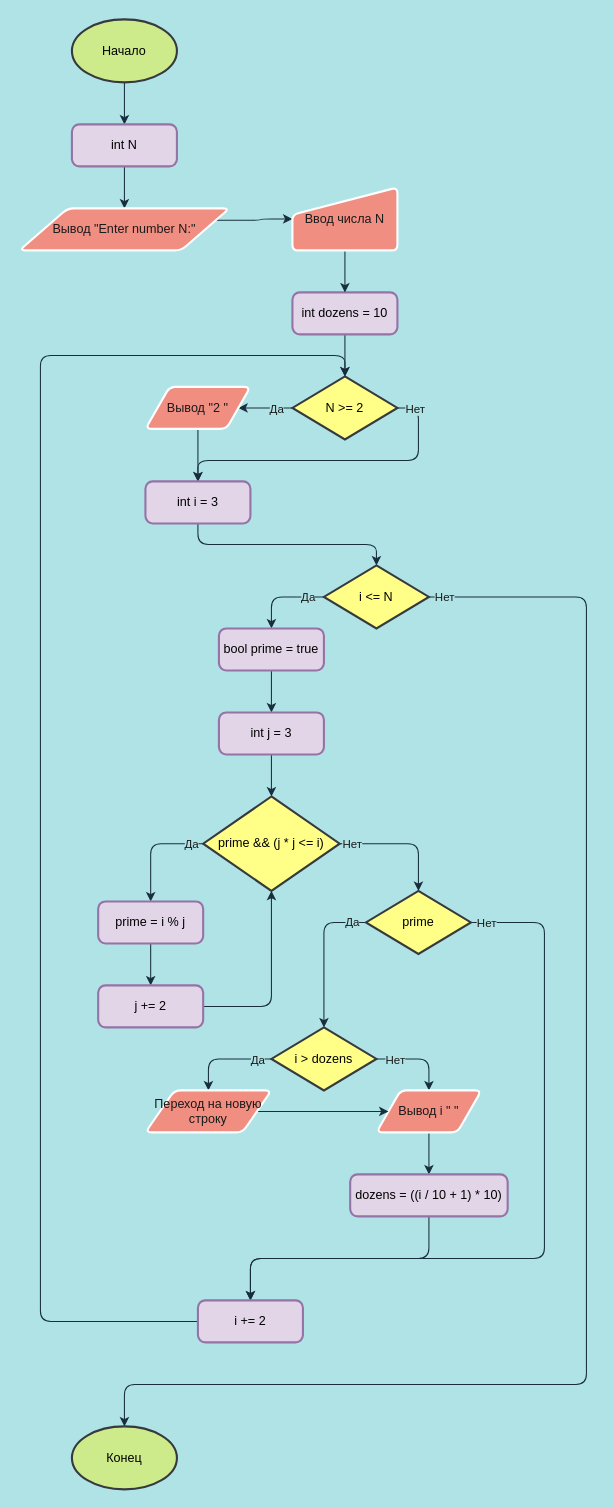
The draw.io diagram page "Лабораторная работа №3" (3 of 3) of flowcharts_for_labs.drawio in MoonFoxy/Programming_labs, before the edit. Source tidied: cells renumbered, new cells numbered last; positions are measured from the earlier drawing's top-left corner, leaving out a move shared by most shapes. Both pictures are drawn from the tidied source at 105%, with x=0, y=0 at pixel (19, 19).
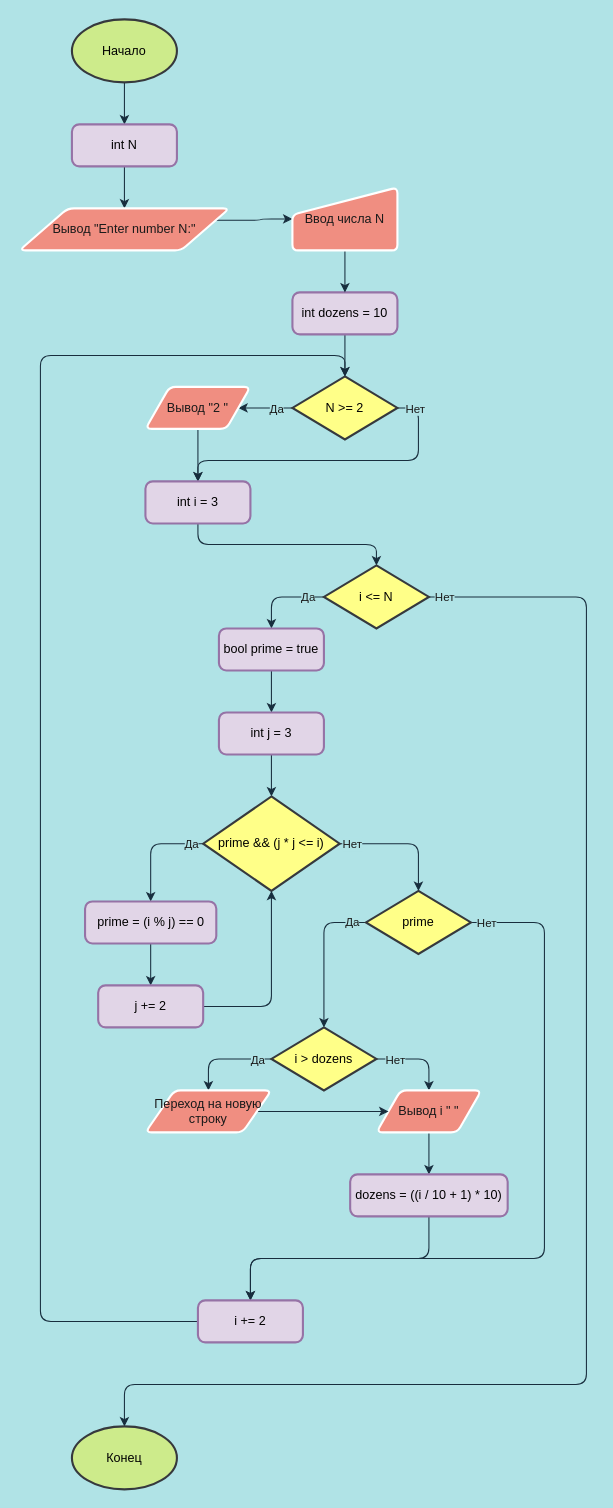
The same page after the edit.

Diff of the diagram source:
```diff
@@
-    <mxCell id="36" value="prime = i % j" style="rounded=1;whiteSpace=wrap;html=1;absoluteArcSize=1;arcSize=14;strokeWidth=2;fillColor=#e1d5e7;strokeColor=#9673a6;" parent="1" vertex="1">
-      <mxGeometry x="75" y="840" width="100" height="40" as="geometry" />
+    <mxCell id="36" value="prime = (i % j) == 0" style="rounded=1;whiteSpace=wrap;html=1;absoluteArcSize=1;arcSize=14;strokeWidth=2;fillColor=#e1d5e7;strokeColor=#9673a6;" parent="1" vertex="1">
+      <mxGeometry x="62.5" y="840" width="125" height="40" as="geometry" />
     </mxCell>
```
